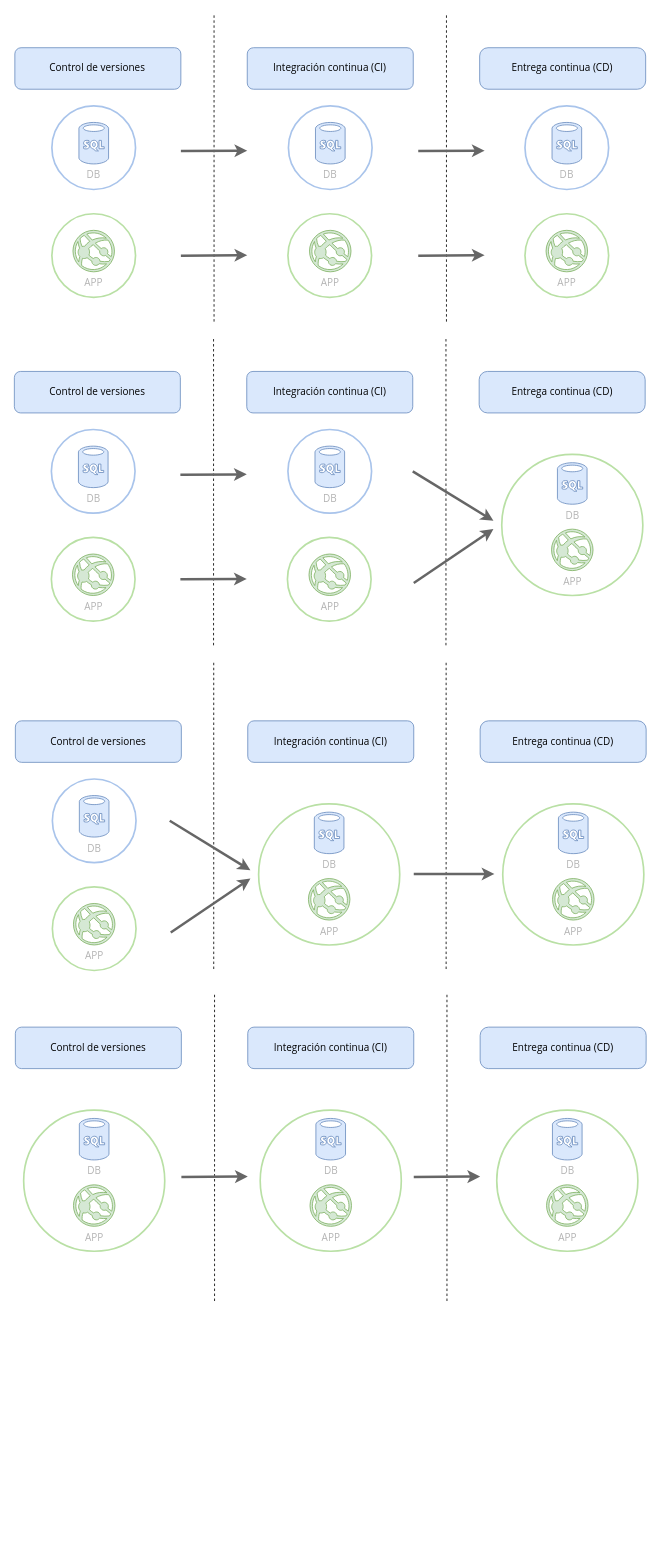
The draw.io diagram DevOpsForDBs.drawio in mpetrinidev/drawio-diagrams, before the edit. Source tidied: cells renumbered, new cells numbered last; positions are measured from the earlier drawing's top-left corner, leaving out a move shared by most shapes. Both pictures are drawn from the tidied source at 83%, with x=0, y=0 at pixel (14, 14).
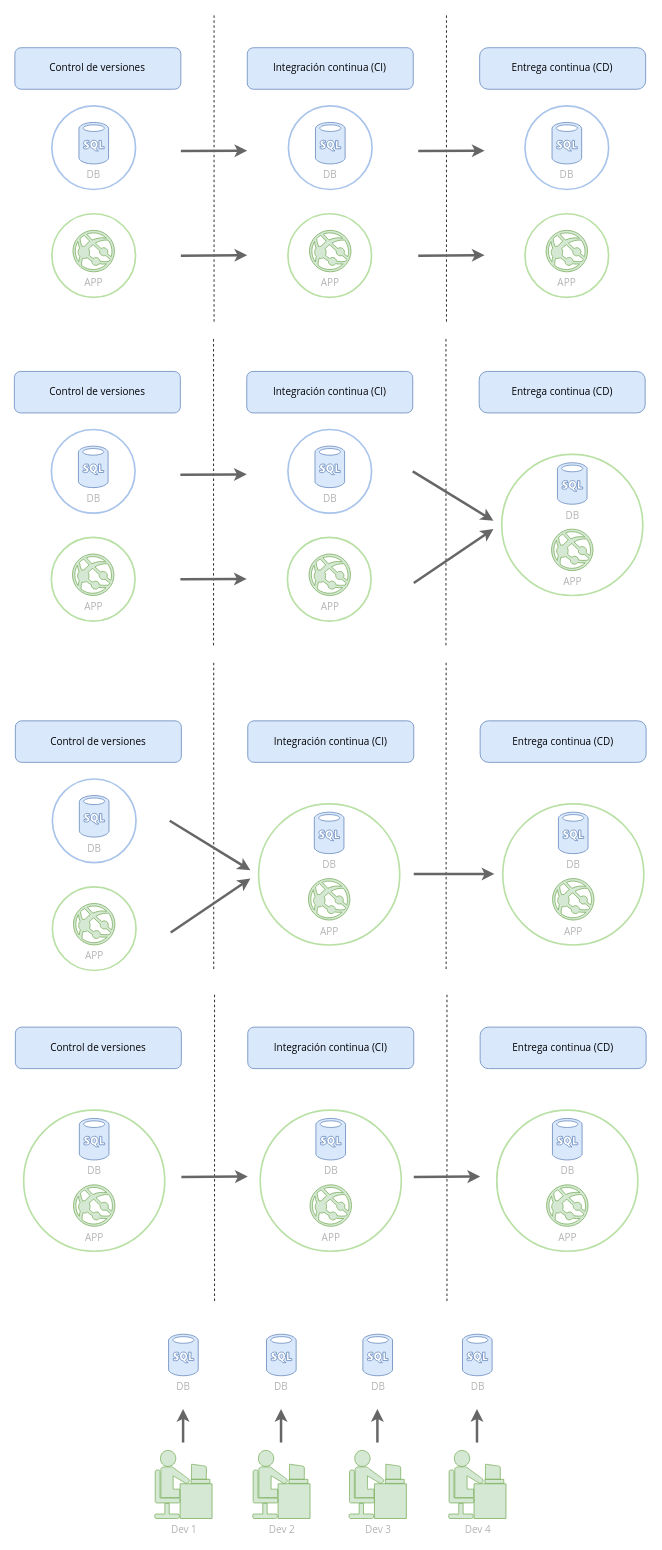
Above is the later version.

Commit message:
Add db per developer diagram

The edit, as a diff of the source:
```diff
@@
+    <mxCell id="92" style="group;" parent="1" vertex="1">
+      <mxGeometry x="169" y="1590" width="69" height="222" as="geometry" />
+    </mxCell>
+    <mxCell id="93" value="DB" style="verticalLabelPosition=bottom;html=1;verticalAlign=top;align=center;strokeColor=#6c8ebf;fillColor=#dae8fc;shape=mxgraph.azure.sql_database;fontColor=#B3B3B3;fontFamily=Open Sans;" parent="92" vertex="1">
+      <mxGeometry x="16.6" width="35.7" height="50" as="geometry" />
+    </mxCell>
+    <mxCell id="94" value="Dev 1" style="shape=mxgraph.cisco.people.androgenous_person;html=1;dashed=0;fillColor=#D5E8D4;strokeColor=#82B366;strokeWidth=1;verticalLabelPosition=bottom;verticalAlign=top;fontFamily=Open Sans;fontColor=#B3B3B3;" parent="92" vertex="1">
+      <mxGeometry y="140" width="69" height="82" as="geometry" />
+    </mxCell>
+    <mxCell id="95" style="endArrow=classic;html=1;fontColor=#B3B3B3;fillColor=#f5f5f5;strokeColor=#666666;strokeWidth=3;fontFamily=Open Sans;" parent="92" edge="1">
+      <mxGeometry relative="1" as="geometry">
+        <mxPoint x="34.1" y="130.5" as="sourcePoint" />
+        <mxPoint x="34.1" y="90" as="targetPoint" />
+      </mxGeometry>
+    </mxCell>
+    <mxCell id="96" style="group;" parent="1" vertex="1">
+      <mxGeometry x="287" y="1590" width="69" height="222" as="geometry" />
+    </mxCell>
+    <mxCell id="97" value="DB" style="verticalLabelPosition=bottom;html=1;verticalAlign=top;align=center;strokeColor=#6c8ebf;fillColor=#dae8fc;shape=mxgraph.azure.sql_database;fontColor=#B3B3B3;fontFamily=Open Sans;" parent="96" vertex="1">
+      <mxGeometry x="16.6" width="35.7" height="50" as="geometry" />
+    </mxCell>
+    <mxCell id="98" value="Dev 2" style="shape=mxgraph.cisco.people.androgenous_person;html=1;dashed=0;fillColor=#D5E8D4;strokeColor=#82B366;strokeWidth=1;verticalLabelPosition=bottom;verticalAlign=top;fontFamily=Open Sans;fontColor=#B3B3B3;" parent="96" vertex="1">
+      <mxGeometry y="140" width="69" height="82" as="geometry" />
+    </mxCell>
+    <mxCell id="99" style="endArrow=classic;html=1;fontColor=#B3B3B3;fillColor=#f5f5f5;strokeColor=#666666;strokeWidth=3;fontFamily=Open Sans;" parent="96" edge="1">
+      <mxGeometry relative="1" as="geometry">
+        <mxPoint x="34.1" y="130.5" as="sourcePoint" />
+        <mxPoint x="34.1" y="90" as="targetPoint" />
+      </mxGeometry>
+    </mxCell>
+    <mxCell id="100" style="group;" parent="1" vertex="1">
+      <mxGeometry x="403.1" y="1590" width="69" height="222" as="geometry" />
+    </mxCell>
+    <mxCell id="101" value="DB" style="verticalLabelPosition=bottom;html=1;verticalAlign=top;align=center;strokeColor=#6c8ebf;fillColor=#dae8fc;shape=mxgraph.azure.sql_database;fontColor=#B3B3B3;fontFamily=Open Sans;" parent="100" vertex="1">
+      <mxGeometry x="16.6" width="35.7" height="50" as="geometry" />
+    </mxCell>
+    <mxCell id="102" value="Dev 3" style="shape=mxgraph.cisco.people.androgenous_person;html=1;dashed=0;fillColor=#D5E8D4;strokeColor=#82B366;strokeWidth=1;verticalLabelPosition=bottom;verticalAlign=top;fontFamily=Open Sans;fontColor=#B3B3B3;" parent="100" vertex="1">
+      <mxGeometry y="140" width="69" height="82" as="geometry" />
+    </mxCell>
+    <mxCell id="103" style="endArrow=classic;html=1;fontColor=#B3B3B3;fillColor=#f5f5f5;strokeColor=#666666;strokeWidth=3;fontFamily=Open Sans;" parent="100" edge="1">
+      <mxGeometry relative="1" as="geometry">
+        <mxPoint x="34.1" y="130.5" as="sourcePoint" />
+        <mxPoint x="34.1" y="90" as="targetPoint" />
+      </mxGeometry>
+    </mxCell>
+    <mxCell id="104" style="group;" parent="1" vertex="1">
+      <mxGeometry x="523.1" y="1590" width="69" height="222" as="geometry" />
+    </mxCell>
+    <mxCell id="105" value="DB" style="verticalLabelPosition=bottom;html=1;verticalAlign=top;align=center;strokeColor=#6c8ebf;fillColor=#dae8fc;shape=mxgraph.azure.sql_database;fontColor=#B3B3B3;fontFamily=Open Sans;" parent="104" vertex="1">
+      <mxGeometry x="16.6" width="35.7" height="50" as="geometry" />
+    </mxCell>
+    <mxCell id="106" value="Dev 4" style="shape=mxgraph.cisco.people.androgenous_person;html=1;dashed=0;fillColor=#D5E8D4;strokeColor=#82B366;strokeWidth=1;verticalLabelPosition=bottom;verticalAlign=top;fontFamily=Open Sans;fontColor=#B3B3B3;" parent="104" vertex="1">
+      <mxGeometry y="140" width="69" height="82" as="geometry" />
+    </mxCell>
+    <mxCell id="107" style="endArrow=classic;html=1;fontColor=#B3B3B3;fillColor=#f5f5f5;strokeColor=#666666;strokeWidth=3;fontFamily=Open Sans;" parent="104" edge="1">
+      <mxGeometry relative="1" as="geometry">
+        <mxPoint x="34.1" y="130.5" as="sourcePoint" />
+        <mxPoint x="34.1" y="90" as="targetPoint" />
+      </mxGeometry>
+    </mxCell>
```
